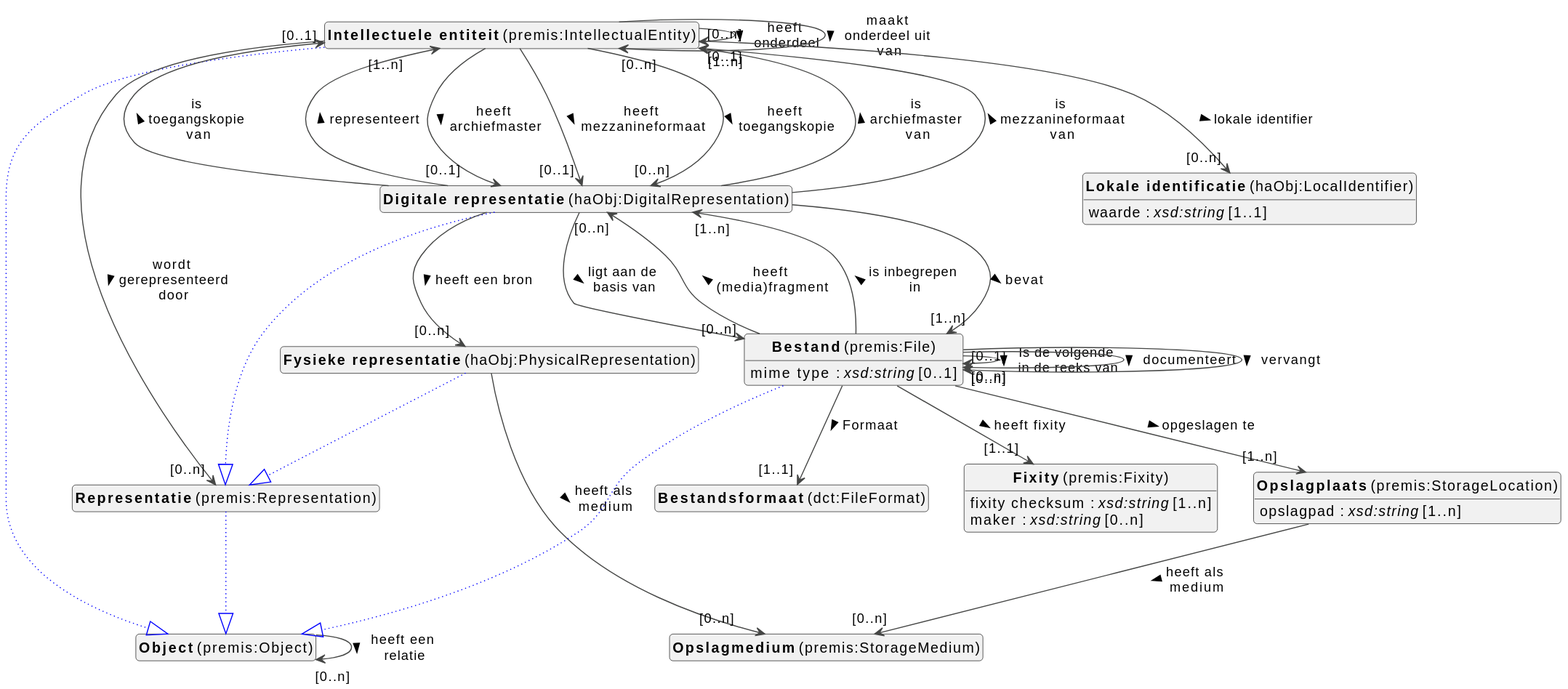
The PlantUML diagram docs/metadata/modellen/object-diagram.svg in viaacode/documentation-jekyll, before a commit.
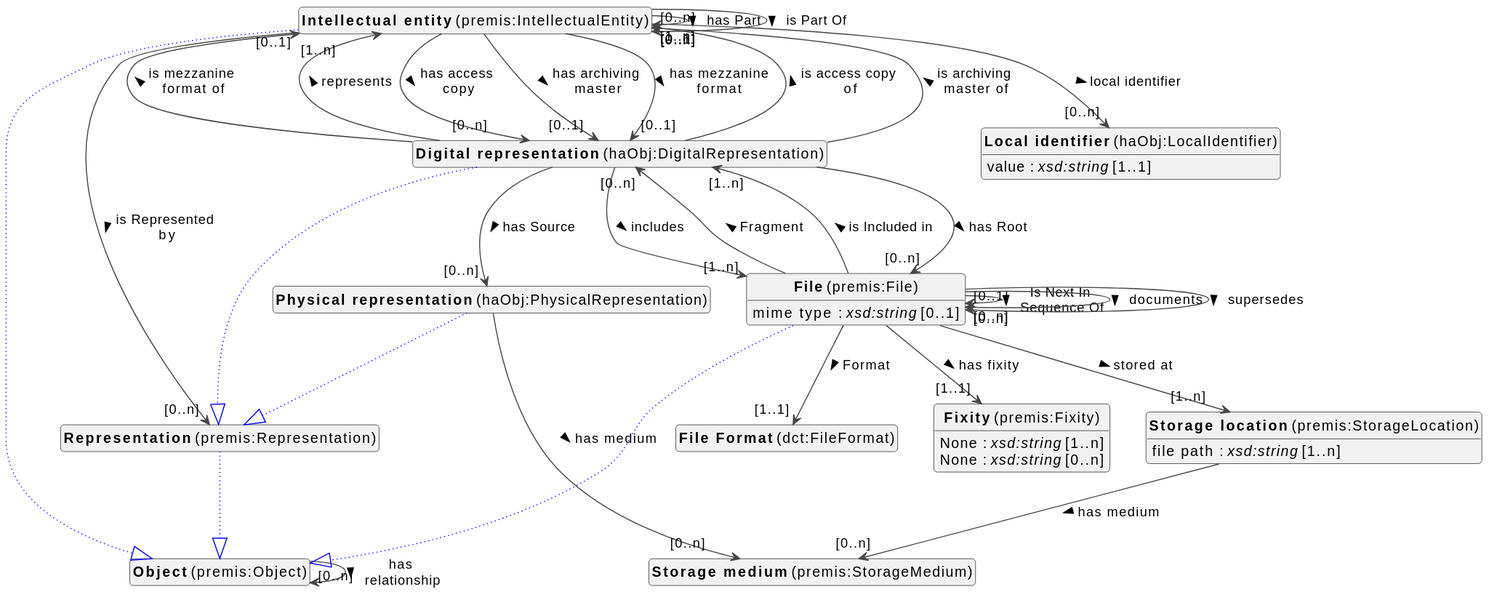
After the commit.

Change to the diagram source:
```diff
@@ -9,100 +9,100 @@
 
 
 class "<b>Object</b> (premis:Object)" as premis_Object [[#premis%3AObject]]
-class "<b>Intellectuele entiteit</b> (premis:IntellectualEntity)" as premis_IntellectualEntity [[#premis%3AIntellectualEntity]]
+class "<b>Intellectual entity</b> (premis:IntellectualEntity)" as premis_IntellectualEntity [[#premis%3AIntellectualEntity]]
 class "<b>Object</b> (premis:Object)" as premis_Object [[#premis%3AObject]]
-class "<b>Fysieke representatie</b> (haObj:PhysicalRepresentation)" as haObj_PhysicalRepresentation [[#haObj%3APhysicalRepresentation]]
-class "<b>Representatie</b> (premis:Representation)" as premis_Representation [[#premis%3ARepresentation]]
-class "<b>Digitale representatie</b> (haObj:DigitalRepresentation)" as haObj_DigitalRepresentation [[#haObj%3ADigitalRepresentation]]
-class "<b>Representatie</b> (premis:Representation)" as premis_Representation [[#premis%3ARepresentation]]
-class "<b>Bestand</b> (premis:File)" as premis_File [[#premis%3AFile]]
+class "<b>Physical representation</b> (haObj:PhysicalRepresentation)" as haObj_PhysicalRepresentation [[#haObj%3APhysicalRepresentation]]
+class "<b>Representation</b> (premis:Representation)" as premis_Representation [[#premis%3ARepresentation]]
+class "<b>Digital representation</b> (haObj:DigitalRepresentation)" as haObj_DigitalRepresentation [[#haObj%3ADigitalRepresentation]]
+class "<b>Representation</b> (premis:Representation)" as premis_Representation [[#premis%3ARepresentation]]
+class "<b>File</b> (premis:File)" as premis_File [[#premis%3AFile]]
 class "<b>Object</b> (premis:Object)" as premis_Object [[#premis%3AObject]]
 class "<b>Fixity</b> (premis:Fixity)" as premis_Fixity [[#premis%3AFixity]]
-class "<b>Opslagplaats</b> (premis:StorageLocation)" as premis_StorageLocation [[#premis%3AStorageLocation]]
-class "<b>Lokale identificatie</b> (haObj:LocalIdentifier)" as haObj_LocalIdentifier [[#haObj%3ALocalIdentifier]]
-class "<b>Opslagmedium</b> (premis:StorageMedium)" as premis_StorageMedium [[#premis%3AStorageMedium]]
-class "<b>Bestandsformaat</b> (dct:FileFormat)" as dct_FileFormat [[#dct%3AFileFormat]]
-class "<b>Representatie</b> (premis:Representation)" as premis_Representation [[#premis%3ARepresentation]]
+class "<b>Storage location</b> (premis:StorageLocation)" as premis_StorageLocation [[#premis%3AStorageLocation]]
+class "<b>Local identifier</b> (haObj:LocalIdentifier)" as haObj_LocalIdentifier [[#haObj%3ALocalIdentifier]]
+class "<b>Storage medium</b> (premis:StorageMedium)" as premis_StorageMedium [[#premis%3AStorageMedium]]
+class "<b>File Format</b> (dct:FileFormat)" as dct_FileFormat [[#dct%3AFileFormat]]
+class "<b>Representation</b> (premis:Representation)" as premis_Representation [[#premis%3ARepresentation]]
 class "<b>Object</b> (premis:Object)" as premis_Object [[#premis%3AObject]]
 
 
 
-premis_Object --> "[0..n]" premis_Object : heeft een relatie >
+premis_Object --> "[0..n]" premis_Object : has relationship >
 
 premis_IntellectualEntity --|> premis_Object #blue;line.dotted;text:blue
 
 
-premis_IntellectualEntity --> "[0..1]" haObj_DigitalRepresentation : heeft archiefmaster >
+premis_IntellectualEntity --> "[0..n]" premis_IntellectualEntity : has Part >
 
-premis_IntellectualEntity --> "[0..1]" haObj_DigitalRepresentation : heeft mezzanineformaat >
+premis_IntellectualEntity --> "[0..n]" haObj_DigitalRepresentation : has access copy >
 
-premis_IntellectualEntity --> "[0..n]" premis_IntellectualEntity : heeft onderdeel >
+premis_IntellectualEntity --> "[0..1]" haObj_DigitalRepresentation : has archiving master >
 
-premis_IntellectualEntity --> "[0..n]" haObj_DigitalRepresentation : heeft toegangskopie >
+premis_IntellectualEntity --> "[0..1]" haObj_DigitalRepresentation : has mezzanine format >
 
-premis_IntellectualEntity --> "[0..n]" haObj_LocalIdentifier : lokale identifier >
+premis_IntellectualEntity --> "[0..n]" premis_IntellectualEntity : is Part Of >
 
-premis_IntellectualEntity --> "[0..n]" premis_IntellectualEntity : maakt onderdeel uit van >
+premis_IntellectualEntity --> "[0..n]" premis_Representation : is Represented by >
 
-premis_IntellectualEntity --> "[0..n]" premis_Representation : wordt gerepresenteerd door >
+premis_IntellectualEntity --> "[0..n]" haObj_LocalIdentifier : local identifier >
 
 haObj_PhysicalRepresentation --|> premis_Representation #blue;line.dotted;text:blue
 
 
-haObj_PhysicalRepresentation --> "[0..n]" premis_StorageMedium : heeft als medium >
+haObj_PhysicalRepresentation --> "[0..n]" premis_StorageMedium : has medium >
 
 haObj_DigitalRepresentation --|> premis_Representation #blue;line.dotted;text:blue
 
 
-haObj_DigitalRepresentation --> "[1..n]" premis_File : bevat >
+haObj_DigitalRepresentation --> "[0..n]" premis_File : has Root >
 
-haObj_DigitalRepresentation --> "[0..n]" haObj_PhysicalRepresentation : heeft een bron >
+haObj_DigitalRepresentation --> "[0..n]" haObj_PhysicalRepresentation : has Source >
 
-haObj_DigitalRepresentation --> "[1..n]" premis_IntellectualEntity : is archiefmaster van >
+haObj_DigitalRepresentation --> "[1..n]" premis_File : includes >
 
-haObj_DigitalRepresentation --> "[0..1]" premis_IntellectualEntity : is mezzanineformaat van >
+haObj_DigitalRepresentation --> "[0..1]" premis_IntellectualEntity : is access copy of >
 
-haObj_DigitalRepresentation --> "[0..1]" premis_IntellectualEntity : is toegangskopie van >
+haObj_DigitalRepresentation --> "[1..n]" premis_IntellectualEntity : is archiving master of >
 
-haObj_DigitalRepresentation --> "[0..n]" premis_File : ligt aan de basis van >
+haObj_DigitalRepresentation --> "[0..1]" premis_IntellectualEntity : is mezzanine format of >
 
-haObj_DigitalRepresentation --> "[1..n]" premis_IntellectualEntity : representeert >
+haObj_DigitalRepresentation --> "[1..n]" premis_IntellectualEntity : represents >
 
 premis_File --|> premis_Object #blue;line.dotted;text:blue
 
 
-premis_File --> "[1..1]" dct_FileFormat : Formaat >
+premis_File --> "[1..1]" dct_FileFormat : Format >
 
-premis_File --> "[0..1]" premis_File : Is de volgende in de reeks van >
+premis_File --> "[0..n]" haObj_DigitalRepresentation : Fragment >
 
-premis_File --> "[0..n]" premis_File : documenteert >
+premis_File --> "[0..1]" premis_File : Is Next In Sequence Of >
 
-premis_File --> "[0..n]" haObj_DigitalRepresentation : heeft (media)fragment >
+premis_File --> "[0..n]" premis_File : documents >
 
-premis_File --> "[1..1]" premis_Fixity : heeft fixity >
+premis_File --> "[1..1]" premis_Fixity : has fixity >
 
-premis_File --> "[1..n]" haObj_DigitalRepresentation : is inbegrepen in >
+premis_File --> "[1..n]" haObj_DigitalRepresentation : is Included in >
 premis_File : mime type : <i>xsd:string</i> [0..1]
 
 
-premis_File --> "[1..n]" premis_StorageLocation : opgeslagen te >
+premis_File --> "[1..n]" premis_StorageLocation : stored at >
 
-premis_File --> "[0..n]" premis_File : vervangt >
+premis_File --> "[0..n]" premis_File : supersedes >
 
 
-premis_Fixity : fixity checksum : <i>xsd:string</i> [1..n]
+premis_Fixity : None : <i>xsd:string</i> [1..n]
 
-premis_Fixity : maker : <i>xsd:string</i> [0..n]
+premis_Fixity : None : <i>xsd:string</i> [0..n]
 
 
 
-
-premis_StorageLocation --> "[0..n]" premis_StorageMedium : heeft als medium >
-premis_StorageLocation : opslagpad : <i>xsd:string</i> [1..n]
+premis_StorageLocation : file path : <i>xsd:string</i> [1..n]
 
 
+premis_StorageLocation --> "[0..n]" premis_StorageMedium : has medium >
 
-haObj_LocalIdentifier : waarde : <i>xsd:string</i> [1..1]
+
+haObj_LocalIdentifier : value : <i>xsd:string</i> [1..1]
 
 
 
```
